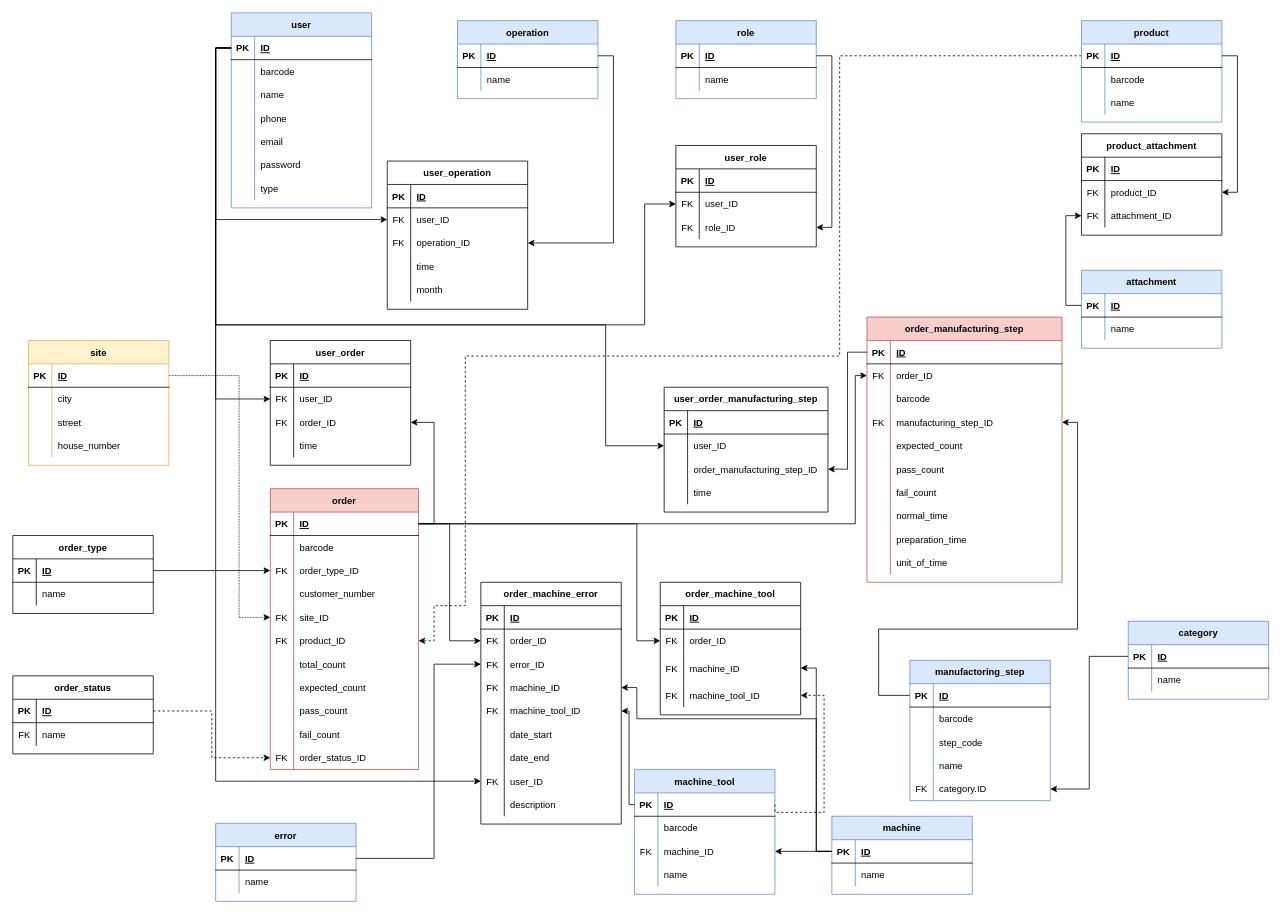
The draw.io diagram DOC/diagrams/database_plan_2_0_0.drawio in KerteszZoltan/mesterminal, before the edit. Source tidied: cells renumbered, new cells numbered last; positions are measured from the earlier drawing's top-left corner, leaving out a move shared by most shapes. Both pictures are drawn from the tidied source at 78%, with x=0, y=0 at pixel (12, 12).
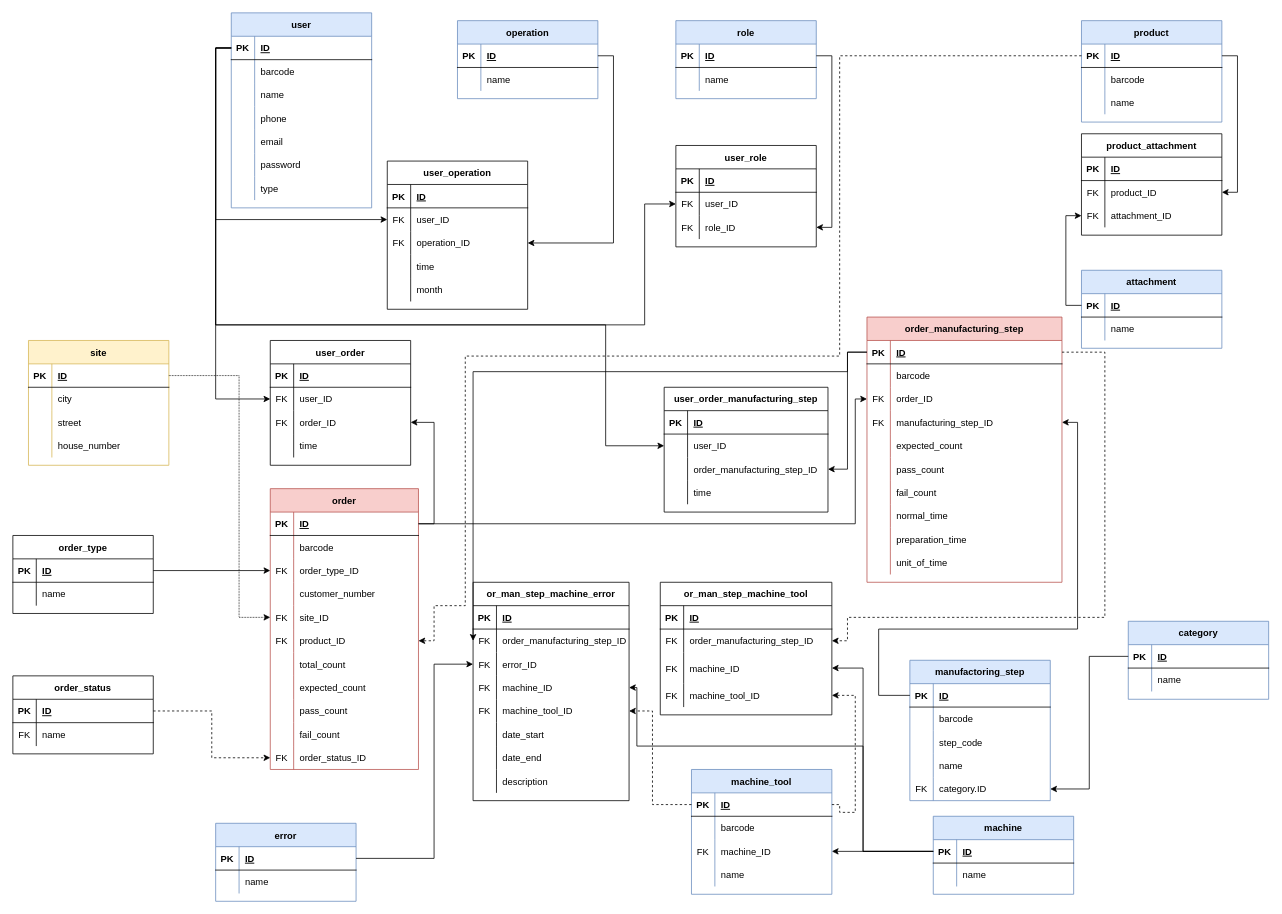
The same diagram, later.

Commit message:
main table order_manufacturing_step

The change refers to these unchanged cells:
```xml
<mxCell id="3" style="shape=partialRectangle;fillColor=none;top=0;left=0;bottom=1;right=0;points=[[0,0.5],[1,0.5]];portConstraint=eastwest;" parent="2" vertex="1">
  <mxGeometry y="30" width="180" height="30" as="geometry" />
</mxCell>
<mxCell id="69" style="shape=partialRectangle;fillColor=none;top=0;left=0;bottom=1;right=0;points=[[0,0.5],[1,0.5]];portConstraint=eastwest;" parent="68" vertex="1">
  <mxGeometry y="30" width="190" height="30" as="geometry" />
</mxCell>
<mxCell id="154" style="shape=partialRectangle;fillColor=none;top=0;left=0;bottom=1;right=0;points=[[0,0.5],[1,0.5]];portConstraint=eastwest;" parent="153" vertex="1">
  <mxGeometry y="30" width="180" height="30" as="geometry" />
</mxCell>
<mxCell id="248" value="order_manufacturing_step" style="shape=table;startSize=30;childLayout=tableLayout;rowLines=0;fontStyle=1;align=center;fillColor=#f8cecc;strokeColor=#b85450;" parent="1" vertex="1">
  <mxGeometry x="1095" y="390" width="250" height="340" as="geometry" />
</mxCell>
<mxCell id="249" style="shape=partialRectangle;fillColor=none;top=0;left=0;bottom=1;right=0;points=[[0,0.5],[1,0.5]];portConstraint=eastwest;" parent="248" vertex="1">
  <mxGeometry y="30" width="250" height="30" as="geometry" />
</mxCell>
<mxCell id="284" style="shape=partialRectangle;fillColor=none;top=0;left=0;bottom=1;right=0;points=[[0,0.5],[1,0.5]];portConstraint=eastwest;" parent="283" vertex="1">
  <mxGeometry y="30" width="180" height="30" as="geometry" />
</mxCell>
```

Diff of the diagram source:
```diff
@@
-    <mxCell id="124" value="order_machine_error" style="shape=table;startSize=30;childLayout=tableLayout;rowLines=0;fontStyle=1;align=center;" parent="1" vertex="1">
-      <mxGeometry x="600" y="730" width="180" height="310" as="geometry" />
+    <mxCell id="124" value="or_man_step_machine_error" style="shape=table;startSize=30;childLayout=tableLayout;rowLines=0;fontStyle=1;align=center;" parent="1" vertex="1">
+      <mxGeometry x="590" y="730" width="200" height="280" as="geometry" />
     </mxCell>
     <mxCell id="125" style="shape=partialRectangle;fillColor=none;top=0;left=0;bottom=1;right=0;" parent="124" vertex="1">
-      <mxGeometry y="30" width="180" height="30" as="geometry" />
+      <mxGeometry y="30" width="200" height="30" as="geometry" />
     </mxCell>
@@
     <mxCell id="127" value="ID" style="shape=partialRectangle;fillColor=none;top=0;left=0;bottom=0;right=0;align=left;spacingLeft=6;fontStyle=5;overflow=hidden;" parent="125" vertex="1">
-      <mxGeometry x="30" width="150" height="30" as="geometry" />
+      <mxGeometry x="30" width="170" height="30" as="geometry" />
     </mxCell>
     <mxCell id="128" style="shape=partialRectangle;fillColor=none;top=0;left=0;bottom=0;right=0;points=[[0,0.5],[1,0.5]];portConstraint=eastwest;" parent="124" vertex="1">
-      <mxGeometry y="60" width="180" height="30" as="geometry" />
+      <mxGeometry y="60" width="200" height="30" as="geometry" />
     </mxCell>
@@
-    <mxCell id="130" value="order_ID" style="shape=partialRectangle;fillColor=none;top=0;left=0;bottom=0;right=0;align=left;spacingLeft=6;overflow=hidden;" parent="128" vertex="1">
-      <mxGeometry x="30" width="150" height="30" as="geometry" />
+    <mxCell id="130" value="order_manufacturing_step_ID" style="shape=partialRectangle;fillColor=none;top=0;left=0;bottom=0;right=0;align=left;spacingLeft=6;overflow=hidden;" parent="128" vertex="1">
+      <mxGeometry x="30" width="170" height="30" as="geometry" />
     </mxCell>
     <mxCell id="131" style="shape=partialRectangle;fillColor=none;top=0;left=0;bottom=0;right=0;points=[[0,0.5],[1,0.5]];portConstraint=eastwest;" parent="124" vertex="1">
-      <mxGeometry y="90" width="180" height="30" as="geometry" />
+      <mxGeometry y="90" width="200" height="30" as="geometry" />
     </mxCell>
@@
     <mxCell id="133" value="error_ID" style="shape=partialRectangle;fillColor=none;top=0;left=0;bottom=0;right=0;align=left;spacingLeft=6;overflow=hidden;" parent="131" vertex="1">
-      <mxGeometry x="30" width="150" height="30" as="geometry" />
+      <mxGeometry x="30" width="170" height="30" as="geometry" />
     </mxCell>
     <mxCell id="134" style="shape=partialRectangle;fillColor=none;top=0;left=0;bottom=0;right=0;points=[[0,0.5],[1,0.5]];portConstraint=eastwest;" parent="124" vertex="1">
-      <mxGeometry y="120" width="180" height="30" as="geometry" />
+      <mxGeometry y="120" width="200" height="30" as="geometry" />
     </mxCell>
@@
     <mxCell id="136" value="machine_ID" style="shape=partialRectangle;fillColor=none;top=0;left=0;bottom=0;right=0;align=left;spacingLeft=6;overflow=hidden;" parent="134" vertex="1">
-      <mxGeometry x="30" width="150" height="30" as="geometry" />
+      <mxGeometry x="30" width="170" height="30" as="geometry" />
     </mxCell>
     <mxCell id="137" style="shape=partialRectangle;fillColor=none;top=0;left=0;bottom=0;right=0;points=[[0,0.5],[1,0.5]];portConstraint=eastwest;" parent="124" vertex="1">
-      <mxGeometry y="150" width="180" height="30" as="geometry" />
+      <mxGeometry y="150" width="200" height="30" as="geometry" />
     </mxCell>
@@
     <mxCell id="139" value="machine_tool_ID" style="shape=partialRectangle;fillColor=none;top=0;left=0;bottom=0;right=0;align=left;spacingLeft=6;overflow=hidden;" parent="137" vertex="1">
-      <mxGeometry x="30" width="150" height="30" as="geometry" />
+      <mxGeometry x="30" width="170" height="30" as="geometry" />
     </mxCell>
     <mxCell id="140" style="shape=partialRectangle;fillColor=none;top=0;left=0;bottom=0;right=0;" parent="124" vertex="1">
-      <mxGeometry y="180" width="180" height="30" as="geometry" />
+      <mxGeometry y="180" width="200" height="30" as="geometry" />
     </mxCell>
@@
     <mxCell id="142" value="date_start" style="shape=partialRectangle;fillColor=none;top=0;left=0;bottom=0;right=0;align=left;spacingLeft=6;overflow=hidden;" parent="140" vertex="1">
-      <mxGeometry x="30" width="150" height="30" as="geometry" />
+      <mxGeometry x="30" width="170" height="30" as="geometry" />
     </mxCell>
     <mxCell id="143" style="shape=partialRectangle;fillColor=none;top=0;left=0;bottom=0;right=0;" parent="124" vertex="1">
-      <mxGeometry y="210" width="180" height="30" as="geometry" />
+      <mxGeometry y="210" width="200" height="30" as="geometry" />
     </mxCell>
@@
     <mxCell id="145" value="date_end" style="shape=partialRectangle;fillColor=none;top=0;left=0;bottom=0;right=0;align=left;spacingLeft=6;overflow=hidden;" parent="143" vertex="1">
-      <mxGeometry x="30" width="150" height="30" as="geometry" />
+      <mxGeometry x="30" width="170" height="30" as="geometry" />
     </mxCell>
-    <mxCell id="146" style="shape=partialRectangle;fillColor=none;top=0;left=0;bottom=0;right=0;points=[[0,0.5],[1,0.5]];portConstraint=eastwest;" parent="124" vertex="1">
-      <mxGeometry y="240" width="180" height="30" as="geometry" />
-    </mxCell>
-    <mxCell id="147" value="FK" style="shape=partialRectangle;fillColor=none;top=0;left=0;bottom=0;right=0;overflow=hidden;" parent="146" vertex="1">
-      <mxGeometry width="30" height="30" as="geometry" />
-    </mxCell>
-    <mxCell id="148" value="user_ID" style="shape=partialRectangle;fillColor=none;top=0;left=0;bottom=0;right=0;align=left;spacingLeft=6;overflow=hidden;" parent="146" vertex="1">
-      <mxGeometry x="30" width="150" height="30" as="geometry" />
-    </mxCell>
     <mxCell id="149" style="shape=partialRectangle;fillColor=none;top=0;left=0;bottom=0;right=0;" parent="124" vertex="1">
-      <mxGeometry y="270" width="180" height="30" as="geometry" />
+      <mxGeometry y="240" width="200" height="30" as="geometry" />
     </mxCell>
@@
     <mxCell id="151" value="description" style="shape=partialRectangle;fillColor=none;top=0;left=0;bottom=0;right=0;align=left;spacingLeft=6;overflow=hidden;" parent="149" vertex="1">
-      <mxGeometry x="30" width="150" height="30" as="geometry" />
+      <mxGeometry x="30" width="170" height="30" as="geometry" />
     </mxCell>
-    <mxCell id="152" style="edgeStyle=orthogonalEdgeStyle;rounded=0;jettySize=auto;html=1;exitX=1;exitY=0.5;exitDx=0;exitDy=0;entryX=0;entryY=0.5;entryDx=0;entryDy=0;" parent="1" edge="1" source="69" target="128">
-      <mxGeometry relative="1" as="geometry" />
-    </mxCell>
     <mxCell id="153" value="machine" style="shape=table;startSize=30;childLayout=tableLayout;rowLines=0;fontStyle=1;align=center;fillColor=#dae8fc;strokeColor=#6c8ebf;" parent="1" vertex="1">
-      <mxGeometry x="1050" y="1030" width="180" height="100" as="geometry" />
+      <mxGeometry x="1180" y="1030" width="180" height="100" as="geometry" />
     </mxCell>
@@
-    <mxCell id="160" value="order_machine_tool" style="shape=table;startSize=30;childLayout=tableLayout;rowLines=0;fontStyle=1;align=center;" parent="1" vertex="1">
-      <mxGeometry x="830" y="730" width="180" height="170" as="geometry" />
+    <mxCell id="160" value="or_man_step_machine_tool" style="shape=table;startSize=30;childLayout=tableLayout;rowLines=0;fontStyle=1;align=center;" parent="1" vertex="1">
+      <mxGeometry x="830" y="730" width="220" height="170" as="geometry" />
     </mxCell>
     <mxCell id="161" style="shape=partialRectangle;fillColor=none;top=0;left=0;bottom=1;right=0;" parent="160" vertex="1">
-      <mxGeometry y="30" width="180" height="30" as="geometry" />
+      <mxGeometry y="30" width="220" height="30" as="geometry" />
     </mxCell>
@@
     <mxCell id="163" value="ID" style="shape=partialRectangle;fillColor=none;top=0;left=0;bottom=0;right=0;align=left;spacingLeft=6;fontStyle=5;overflow=hidden;" parent="161" vertex="1">
-      <mxGeometry x="30" width="150" height="30" as="geometry" />
+      <mxGeometry x="30" width="190" height="30" as="geometry" />
     </mxCell>
     <mxCell id="164" style="shape=partialRectangle;fillColor=none;top=0;left=0;bottom=0;right=0;points=[[0,0.5],[1,0.5]];portConstraint=eastwest;" parent="160" vertex="1">
-      <mxGeometry y="60" width="180" height="30" as="geometry" />
+      <mxGeometry y="60" width="220" height="30" as="geometry" />
     </mxCell>
@@
-    <mxCell id="166" value="order_ID" style="shape=partialRectangle;fillColor=none;top=0;left=0;bottom=0;right=0;align=left;spacingLeft=6;overflow=hidden;" parent="164" vertex="1">
-      <mxGeometry x="30" width="150" height="30" as="geometry" />
+    <mxCell id="166" value="order_manufacturing_step_ID" style="shape=partialRectangle;fillColor=none;top=0;left=0;bottom=0;right=0;align=left;spacingLeft=6;overflow=hidden;" parent="164" vertex="1">
+      <mxGeometry x="30" width="190" height="30" as="geometry" />
     </mxCell>
     <mxCell id="167" style="shape=partialRectangle;fillColor=none;top=0;left=0;bottom=0;right=0;points=[[0,0.5],[1,0.5]];portConstraint=eastwest;" parent="160" vertex="1">
-      <mxGeometry y="90" width="180" height="40" as="geometry" />
+      <mxGeometry y="90" width="220" height="40" as="geometry" />
     </mxCell>
@@
     <mxCell id="169" value="machine_ID" style="shape=partialRectangle;fillColor=none;top=0;left=0;bottom=0;right=0;align=left;spacingLeft=6;overflow=hidden;" parent="167" vertex="1">
-      <mxGeometry x="30" width="150" height="40" as="geometry" />
+      <mxGeometry x="30" width="190" height="40" as="geometry" />
     </mxCell>
     <mxCell id="170" style="shape=partialRectangle;fillColor=none;top=0;left=0;bottom=0;right=0;points=[[0,0.5],[1,0.5]];portConstraint=eastwest;" parent="160" vertex="1">
-      <mxGeometry y="130" width="180" height="30" as="geometry" />
+      <mxGeometry y="130" width="220" height="30" as="geometry" />
     </mxCell>
@@
     <mxCell id="172" value="machine_tool_ID" style="shape=partialRectangle;fillColor=none;top=0;left=0;bottom=0;right=0;align=left;spacingLeft=6;overflow=hidden;" parent="170" vertex="1">
-      <mxGeometry x="30" width="150" height="30" as="geometry" />
+      <mxGeometry x="30" width="190" height="30" as="geometry" />
     </mxCell>
     <mxCell id="173" style="edgeStyle=orthogonalEdgeStyle;rounded=0;jettySize=auto;html=1;exitX=0;exitY=0.5;exitDx=0;exitDy=0;entryX=1;entryY=0.5;entryDx=0;entryDy=0;" parent="1" edge="1" source="154" target="167">
-      <mxGeometry relative="1" as="geometry" />
+      <mxGeometry relative="1" as="geometry">
+        <Array as="points">
+          <mxPoint x="1090" y="1075" />
+          <mxPoint x="1090" y="840" />
+        </Array>
+      </mxGeometry>
     </mxCell>
-    <mxCell id="174" style="edgeStyle=orthogonalEdgeStyle;rounded=0;jettySize=auto;html=1;exitX=1;exitY=0.5;exitDx=0;exitDy=0;entryX=0;entryY=0.5;entryDx=0;entryDy=0;" parent="1" edge="1" source="69" target="164">
-      <mxGeometry relative="1" as="geometry">
-        <Array as="points">
-          <mxPoint x="800" y="655" />
-          <mxPoint x="800" y="805" />
-        </Array>
-      </mxGeometry>
-    </mxCell>
@@
+    <mxCell id="255" style="shape=partialRectangle;fillColor=none;top=0;left=0;bottom=0;right=0;" parent="248" vertex="1">
+      <mxGeometry y="60" width="250" height="30" as="geometry" />
+    </mxCell>
+    <mxCell id="256" style="shape=partialRectangle;fillColor=none;top=0;left=0;bottom=0;right=0;overflow=hidden;" parent="255" vertex="1">
+      <mxGeometry width="30" height="30" as="geometry" />
+    </mxCell>
+    <mxCell id="257" value="barcode" style="shape=partialRectangle;fillColor=none;top=0;left=0;bottom=0;right=0;align=left;spacingLeft=6;overflow=hidden;" parent="255" vertex="1">
+      <mxGeometry x="30" width="220" height="30" as="geometry" />
+    </mxCell>
     <mxCell id="252" style="shape=partialRectangle;fillColor=none;top=0;left=0;bottom=0;right=0;points=[[0,0.5],[1,0.5]];portConstraint=eastwest;" parent="248" vertex="1">
-      <mxGeometry y="60" width="250" height="30" as="geometry" />
+      <mxGeometry y="90" width="250" height="30" as="geometry" />
     </mxCell>
@@
-    <mxCell id="255" style="shape=partialRectangle;fillColor=none;top=0;left=0;bottom=0;right=0;" parent="248" vertex="1">
-      <mxGeometry y="90" width="250" height="30" as="geometry" />
-    </mxCell>
-    <mxCell id="256" style="shape=partialRectangle;fillColor=none;top=0;left=0;bottom=0;right=0;overflow=hidden;" parent="255" vertex="1">
-      <mxGeometry width="30" height="30" as="geometry" />
-    </mxCell>
-    <mxCell id="257" value="barcode" style="shape=partialRectangle;fillColor=none;top=0;left=0;bottom=0;right=0;align=left;spacingLeft=6;overflow=hidden;" parent="255" vertex="1">
-      <mxGeometry x="30" width="220" height="30" as="geometry" />
-    </mxCell>
@@
     <mxCell id="279" style="edgeStyle=orthogonalEdgeStyle;rounded=0;jettySize=auto;html=1;exitX=1;exitY=0.5;exitDx=0;exitDy=0;entryX=0;entryY=0.5;entryDx=0;entryDy=0;" parent="1" edge="1" source="69" target="252">
       <mxGeometry relative="1" as="geometry">
         <Array as="points">
           <mxPoint x="1080" y="655" />
-          <mxPoint x="1080" y="465" />
+          <mxPoint x="1080" y="495" />
         </Array>
       </mxGeometry>
     </mxCell>
@@
     <mxCell id="283" value="machine_tool" style="shape=table;startSize=30;childLayout=tableLayout;rowLines=0;fontStyle=1;align=center;fillColor=#dae8fc;strokeColor=#6c8ebf;" parent="1" vertex="1">
-      <mxGeometry x="797" y="970" width="180" height="160" as="geometry" />
+      <mxGeometry x="870" y="970" width="180" height="160" as="geometry" />
     </mxCell>
@@
     <mxCell id="296" style="edgeStyle=orthogonalEdgeStyle;rounded=0;jettySize=auto;html=1;exitX=0;exitY=0.5;exitDx=0;exitDy=0;entryX=1;entryY=0.5;entryDx=0;entryDy=0;" parent="1" edge="1" source="154" target="134">
       <mxGeometry relative="1" as="geometry">
         <Array as="points">
-          <mxPoint x="1030" y="1075" />
-          <mxPoint x="1030" y="905" />
-          <mxPoint x="800" y="905" />
+          <mxPoint x="1090" y="1075" />
+          <mxPoint x="1090" y="940" />
+          <mxPoint x="800" y="940" />
           <mxPoint x="800" y="865" />
         </Array>
       </mxGeometry>
     </mxCell>
     <mxCell id="297" style="edgeStyle=orthogonalEdgeStyle;rounded=0;jettySize=auto;html=1;exitX=1;exitY=0.5;exitDx=0;exitDy=0;entryX=1;entryY=0.5;entryDx=0;entryDy=0;dashed=1;" parent="1" edge="1" source="284" target="170">
       <mxGeometry relative="1" as="geometry">
         <Array as="points">
-          <mxPoint x="1040" y="1025" />
-          <mxPoint x="1040" y="875" />
+          <mxPoint x="1060" y="1025" />
+          <mxPoint x="1080" y="1025" />
+          <mxPoint x="1080" y="875" />
         </Array>
       </mxGeometry>
     </mxCell>
-    <mxCell id="298" style="edgeStyle=orthogonalEdgeStyle;rounded=0;jettySize=auto;html=1;exitX=0;exitY=0.5;exitDx=0;exitDy=0;entryX=0;entryY=0.5;entryDx=0;entryDy=0;" parent="1" edge="1" source="3" target="146">
-      <mxGeometry relative="1" as="geometry">
-        <Array as="points">
-          <mxPoint x="260" y="45" />
-          <mxPoint x="260" y="985" />
-        </Array>
-      </mxGeometry>
-    </mxCell>
@@
-    <mxCell id="310" style="edgeStyle=orthogonalEdgeStyle;rounded=0;jettySize=auto;html=1;exitX=0;exitY=0.5;exitDx=0;exitDy=0;entryX=1;entryY=0.5;entryDx=0;entryDy=0;" parent="1" edge="1" source="284" target="137">
+    <mxCell id="310" style="edgeStyle=orthogonalEdgeStyle;rounded=0;jettySize=auto;html=1;exitX=0;exitY=0.5;exitDx=0;exitDy=0;entryX=1;entryY=0.5;entryDx=0;entryDy=0;dashed=1;" parent="1" edge="1" source="284" target="137">
       <mxGeometry relative="1" as="geometry">
         <Array as="points">
-          <mxPoint x="790" y="1015" />
-          <mxPoint x="790" y="895" />
+          <mxPoint x="820" y="1015" />
+          <mxPoint x="820" y="895" />
         </Array>
       </mxGeometry>
     </mxCell>
@@
+    <mxCell id="326" style="edgeStyle=orthogonalEdgeStyle;rounded=0;jettySize=auto;html=1;exitX=0;exitY=0.5;exitDx=0;exitDy=0;entryX=0;entryY=0.5;entryDx=0;entryDy=0;" parent="1" edge="1" source="249" target="128">
+      <mxGeometry relative="1" as="geometry">
+        <Array as="points">
+          <mxPoint x="1070" y="435" />
+          <mxPoint x="1070" y="460" />
+          <mxPoint x="590" y="460" />
+          <mxPoint x="590" y="805" />
+        </Array>
+      </mxGeometry>
+    </mxCell>
+    <mxCell id="327" style="edgeStyle=orthogonalEdgeStyle;rounded=0;jettySize=auto;html=1;exitX=1;exitY=0.5;exitDx=0;exitDy=0;entryX=1;entryY=0.5;entryDx=0;entryDy=0;dashed=1;" parent="1" edge="1" source="249" target="164">
+      <mxGeometry relative="1" as="geometry">
+        <Array as="points">
+          <mxPoint x="1400" y="435" />
+          <mxPoint x="1400" y="775" />
+          <mxPoint x="1070" y="775" />
+          <mxPoint x="1070" y="805" />
+        </Array>
+      </mxGeometry>
+    </mxCell>
```
